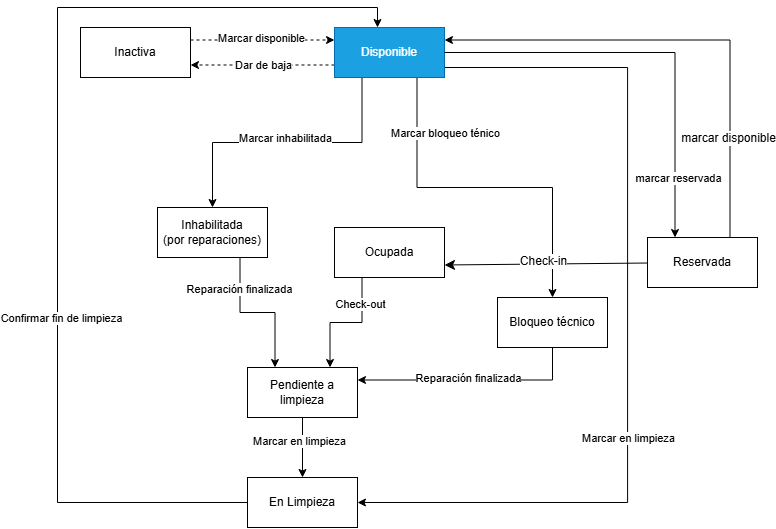
The draw.io diagram documentos/diagramas/maquina-de-estados.png in MirianMarriaga/hospitua-module-1, before a commit. Source tidied: cells renumbered, new cells last; positions are measured from the earlier drawing's top-left corner, leaving out a move shared by most shapes.
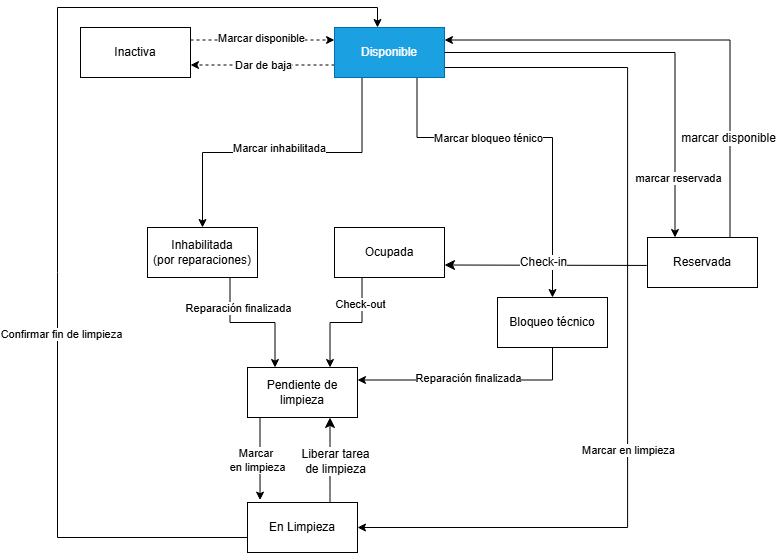
After the change.

Diff of the diagram source:
```diff
@@ -30,11 +30,16 @@
       </mxGeometry>
     </mxCell>
     <mxCell id="9" style="edgeStyle=orthogonalEdgeStyle;rounded=0;jettySize=auto;html=1;exitX=0.75;exitY=1;exitDx=0;exitDy=0;entryX=0.5;entryY=0;entryDx=0;entryDy=0;" parent="1" edge="1" source="13" target="20">
-      <mxGeometry relative="1" as="geometry" />
+      <mxGeometry relative="1" as="geometry">
+        <Array as="points">
+          <mxPoint x="359.5" y="130" />
+          <mxPoint x="495" y="130" />
+        </Array>
+      </mxGeometry>
     </mxCell>
     <mxCell id="10" value="Marcar bloqueo ténico" style="edgeLabel;html=1;align=center;verticalAlign=middle;" parent="9" vertex="1">
       <mxGeometry x="0.02" y="1" relative="1" as="geometry">
-        <mxPoint x="-43" y="-54" as="offset" />
+        <mxPoint x="-50" y="1" as="offset" />
       </mxGeometry>
     </mxCell>
     <mxCell id="11" style="edgeStyle=orthogonalEdgeStyle;rounded=0;jettySize=auto;html=1;exitX=1;exitY=0.5;exitDx=0;exitDy=0;entryX=1;entryY=0.5;entryDx=0;entryDy=0;" parent="1" edge="1" source="13" target="24">
@@ -42,7 +47,7 @@
         <Array as="points">
           <mxPoint x="387" y="60" />
           <mxPoint x="570.1" y="60" />
-          <mxPoint x="570.1" y="495" />
+          <mxPoint x="570.1" y="520" />
         </Array>
       </mxGeometry>
     </mxCell>
@@ -58,10 +63,12 @@
       <mxGeometry relative="1" as="geometry" />
     </mxCell>
     <mxCell id="15" value="Reparación finalizada" style="edgeLabel;html=1;align=center;verticalAlign=middle;" parent="14" vertex="1">
-      <mxGeometry x="-0.57" y="-1" relative="1" as="geometry" />
+      <mxGeometry x="-0.57" y="-1" relative="1" as="geometry">
+        <mxPoint x="9" y="1" as="offset" />
+      </mxGeometry>
     </mxCell>
     <mxCell id="16" value="Inhabilitada&lt;div&gt;(por reparaciones)&lt;/div&gt;" style="html=1;whiteSpace=wrap;" parent="1" vertex="1">
-      <mxGeometry x="100" y="200" width="110" height="50" as="geometry" />
+      <mxGeometry x="90" y="220" width="110" height="50" as="geometry" />
     </mxCell>
     <mxCell id="17" style="edgeStyle=orthogonalEdgeStyle;rounded=0;jettySize=auto;html=1;entryX=0.75;entryY=0;entryDx=0;entryDy=0;exitX=0.25;exitY=1;exitDx=0;exitDy=0;" parent="1" edge="1" source="19" target="23">
       <mxGeometry relative="1" as="geometry" />
@@ -77,29 +84,44 @@
     <mxCell id="20" value="Bloqueo técnico" style="html=1;whiteSpace=wrap;" parent="1" vertex="1">
       <mxGeometry x="440" y="290" width="110" height="50" as="geometry" />
     </mxCell>
-    <mxCell id="21" style="edgeStyle=orthogonalEdgeStyle;rounded=0;jettySize=auto;html=1;exitX=0.5;exitY=1;exitDx=0;exitDy=0;" parent="1" edge="1" source="23" target="24">
-      <mxGeometry relative="1" as="geometry" />
+    <mxCell id="21" style="edgeStyle=orthogonalEdgeStyle;rounded=0;jettySize=auto;html=1;exitX=0.132;exitY=0.991;exitDx=0;exitDy=0;entryX=0.114;entryY=-0.047;entryDx=0;entryDy=0;entryPerimeter=0;exitPerimeter=0;" parent="1" edge="1" source="23" target="24">
+      <mxGeometry x="-0.4" relative="1" as="geometry">
+        <Array as="points">
+          <mxPoint x="202.5" y="409.6" />
+        </Array>
+      </mxGeometry>
     </mxCell>
-    <mxCell id="22" value="Marcar en limpieza" style="edgeLabel;html=1;align=center;verticalAlign=middle;" parent="21" vertex="1">
-      <mxGeometry x="-0.22" y="-4" relative="1" as="geometry" />
+    <mxCell id="22" value="Marcar&amp;nbsp;&lt;div&gt;en limpieza&lt;/div&gt;" style="edgeLabel;html=1;align=center;verticalAlign=middle;" parent="21" vertex="1">
+      <mxGeometry x="-0.54" y="-4" relative="1" as="geometry">
+        <mxPoint x="1" y="25" as="offset" />
+      </mxGeometry>
     </mxCell>
-    <mxCell id="23" value="Pendiente a limpieza" style="html=1;whiteSpace=wrap;" parent="1" vertex="1">
+    <mxCell id="23" value="Pendiente de limpieza" style="html=1;whiteSpace=wrap;" parent="1" vertex="1">
       <mxGeometry x="190" y="360" width="110" height="50" as="geometry" />
     </mxCell>
+    <mxCell id="36" style="edgeStyle=none;curved=1;rounded=0;jettySize=auto;html=1;exitX=0.75;exitY=0;exitDx=0;exitDy=0;entryX=0.75;entryY=1;entryDx=0;entryDy=0;fontSize=12;startSize=8;endSize=8;" parent="1" edge="1" source="24" target="23">
+      <mxGeometry relative="1" as="geometry" />
+    </mxCell>
+    <mxCell id="37" value="Liberar tarea&lt;div&gt;de limpieza&lt;/div&gt;" style="edgeLabel;html=1;align=center;verticalAlign=middle;fontSize=12;" parent="36" vertex="1">
+      <mxGeometry x="-0.19" y="2" relative="1" as="geometry">
+        <mxPoint x="7" y="-7" as="offset" />
+      </mxGeometry>
+    </mxCell>
     <mxCell id="24" value="En Limpieza" style="html=1;whiteSpace=wrap;" parent="1" vertex="1">
-      <mxGeometry x="190" y="470" width="110" height="50" as="geometry" />
+      <mxGeometry x="190" y="495" width="110" height="50" as="geometry" />
     </mxCell>
-    <mxCell id="25" style="edgeStyle=orthogonalEdgeStyle;rounded=0;jettySize=auto;html=1;exitX=0;exitY=0.5;exitDx=0;exitDy=0;entryX=0.391;entryY=0;entryDx=0;entryDy=0;entryPerimeter=0;" parent="1" edge="1" source="24" target="13">
-      <mxGeometry relative="1" as="geometry">
+    <mxCell id="25" style="edgeStyle=orthogonalEdgeStyle;rounded=0;jettySize=auto;html=1;exitX=0;exitY=0.75;exitDx=0;exitDy=0;entryX=0.391;entryY=0;entryDx=0;entryDy=0;entryPerimeter=0;" parent="1" edge="1" source="24" target="13">
+      <mxGeometry x="0.01" relative="1" as="geometry">
         <Array as="points">
-          <mxPoint y="495" />
+          <mxPoint x="190" y="530" />
+          <mxPoint y="530" />
           <mxPoint />
           <mxPoint x="320" />
         </Array>
       </mxGeometry>
     </mxCell>
     <mxCell id="26" value="Confirmar fin de limpieza" style="edgeLabel;html=1;align=center;verticalAlign=middle;" parent="25" vertex="1">
-      <mxGeometry x="-0.36" y="-3" relative="1" as="geometry">
+      <mxGeometry x="-0.34" y="-3" relative="1" as="geometry">
         <mxPoint y="-47" as="offset" />
       </mxGeometry>
     </mxCell>
@@ -111,7 +133,7 @@
         <mxPoint x="-68" y="-1" as="offset" />
       </mxGeometry>
     </mxCell>
-    <mxCell id="29" style="edgeStyle=none;curved=0;rounded=0;jettySize=auto;html=1;entryX=1;entryY=0.75;entryDx=0;entryDy=0;fontSize=12;startSize=8;endSize=8;" parent="1" edge="1" source="31" target="19">
+    <mxCell id="29" style="edgeStyle=none;curved=0;rounded=0;jettySize=auto;html=1;entryX=1;entryY=0.75;entryDx=0;entryDy=0;fontSize=12;startSize=8;endSize=8;exitX=-0.007;exitY=0.559;exitDx=0;exitDy=0;exitPerimeter=0;" parent="1" edge="1" source="31" target="19">
       <mxGeometry relative="1" as="geometry" />
     </mxCell>
     <mxCell id="30" value="Check-in" style="edgeLabel;html=1;align=center;verticalAlign=middle;fontSize=12;" parent="29" vertex="1">
```
